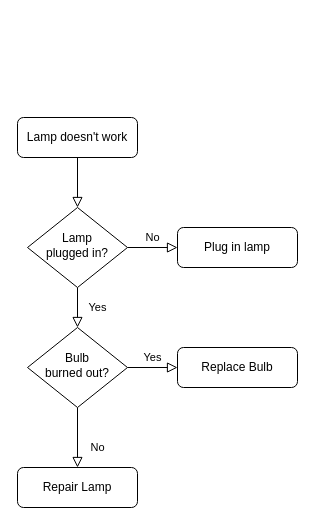
Above: sisikatpabar.drawio in ariesrutung/Aplikasi-Ensiklopedia-Kesaguan (draw.io), before the change. Source tidied: cells renumbered, new cells numbered last; positions are measured from the earlier drawing's top-left corner, leaving out a move shared by most shapes. Both pictures are drawn from the tidied source at 100%, with x=0, y=0 at pixel (17, 117).
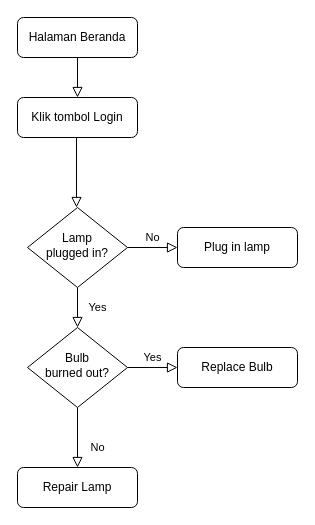
The same diagram, later.

The edit, as a diff of the source:
```diff
@@
 <mxGraphModel>
   <root>
     <mxCell id="0" />
     <mxCell id="1" parent="0" />
-    <mxCell id="2" style="rounded=0;html=1;jettySize=auto;fontSize=11;endArrow=block;endFill=0;endSize=8;strokeWidth=1;shadow=0;labelBackgroundColor=none;edgeStyle=orthogonalEdgeStyle;" parent="1" edge="1" source="3" target="6">
+    <mxCell id="2" style="rounded=0;html=1;jettySize=auto;fontSize=11;endArrow=block;endFill=0;endSize=8;strokeWidth=1;shadow=0;labelBackgroundColor=none;edgeStyle=orthogonalEdgeStyle;entryX=0.5;entryY=0;entryDx=0;entryDy=0;" parent="1" edge="1" source="3" target="13">
       <mxGeometry relative="1" as="geometry" />
     </mxCell>
-    <mxCell id="3" value="Lamp doesn't work" style="rounded=1;whiteSpace=wrap;html=1;fontSize=12;glass=0;strokeWidth=1;shadow=0;" parent="1" vertex="1">
-      <mxGeometry width="120" height="40" as="geometry" />
+    <mxCell id="3" value="Halaman Beranda" style="rounded=1;whiteSpace=wrap;html=1;fontSize=12;glass=0;strokeWidth=1;shadow=0;" parent="1" vertex="1">
+      <mxGeometry y="-100" width="120" height="40" as="geometry" />
     </mxCell>
     <mxCell id="4" value="Yes" style="rounded=0;html=1;jettySize=auto;fontSize=11;endArrow=block;endFill=0;endSize=8;strokeWidth=1;shadow=0;labelBackgroundColor=none;edgeStyle=orthogonalEdgeStyle;" parent="1" edge="1" source="6" target="10">
       <mxGeometry y="20" relative="1" as="geometry" />
     </mxCell>
     <mxCell id="5" value="No" style="edgeStyle=orthogonalEdgeStyle;rounded=0;html=1;jettySize=auto;fontSize=11;endArrow=block;endFill=0;endSize=8;strokeWidth=1;shadow=0;labelBackgroundColor=none;" parent="1" edge="1" source="6" target="7">
       <mxGeometry y="10" relative="1" as="geometry" />
     </mxCell>
     <mxCell id="6" value="Lamp&lt;br&gt;plugged in?" style="rhombus;whiteSpace=wrap;html=1;shadow=0;fontFamily=Helvetica;fontSize=12;align=center;strokeWidth=1;spacing=6;spacingTop=-4;" parent="1" vertex="1">
       <mxGeometry x="10" y="90" width="100" height="80" as="geometry" />
     </mxCell>
     <mxCell id="7" value="Plug in lamp" style="rounded=1;whiteSpace=wrap;html=1;fontSize=12;glass=0;strokeWidth=1;shadow=0;" parent="1" vertex="1">
       <mxGeometry x="160" y="110" width="120" height="40" as="geometry" />
     </mxCell>
     <mxCell id="8" value="No" style="rounded=0;html=1;jettySize=auto;fontSize=11;endArrow=block;endFill=0;endSize=8;strokeWidth=1;shadow=0;labelBackgroundColor=none;edgeStyle=orthogonalEdgeStyle;" parent="1" edge="1" source="10" target="11">
       <mxGeometry x="0.33" y="20" relative="1" as="geometry" />
     </mxCell>
     <mxCell id="9" value="Yes" style="edgeStyle=orthogonalEdgeStyle;rounded=0;html=1;jettySize=auto;fontSize=11;endArrow=block;endFill=0;endSize=8;strokeWidth=1;shadow=0;labelBackgroundColor=none;" parent="1" edge="1" source="10" target="12">
       <mxGeometry y="10" relative="1" as="geometry" />
     </mxCell>
     <mxCell id="10" value="Bulb&lt;br&gt;burned out?" style="rhombus;whiteSpace=wrap;html=1;shadow=0;fontFamily=Helvetica;fontSize=12;align=center;strokeWidth=1;spacing=6;spacingTop=-4;" parent="1" vertex="1">
       <mxGeometry x="10" y="210" width="100" height="80" as="geometry" />
     </mxCell>
     <mxCell id="11" value="Repair Lamp" style="rounded=1;whiteSpace=wrap;html=1;fontSize=12;glass=0;strokeWidth=1;shadow=0;" parent="1" vertex="1">
       <mxGeometry y="350" width="120" height="40" as="geometry" />
     </mxCell>
     <mxCell id="12" value="Replace Bulb" style="rounded=1;whiteSpace=wrap;html=1;fontSize=12;glass=0;strokeWidth=1;shadow=0;" parent="1" vertex="1">
       <mxGeometry x="160" y="230" width="120" height="40" as="geometry" />
     </mxCell>
+    <mxCell id="13" value="Klik tombol Login" style="rounded=1;whiteSpace=wrap;html=1;fontSize=12;glass=0;strokeWidth=1;shadow=0;" parent="1" vertex="1">
+      <mxGeometry y="-20" width="120" height="40" as="geometry" />
+    </mxCell>
+    <mxCell id="14" style="rounded=0;html=1;jettySize=auto;orthogonalLoop=1;fontSize=11;endArrow=block;endFill=0;endSize=8;strokeWidth=1;shadow=0;labelBackgroundColor=none;edgeStyle=orthogonalEdgeStyle;" parent="1" edge="1">
+      <mxGeometry relative="1" as="geometry">
+        <mxPoint x="59" y="20" as="sourcePoint" />
+        <mxPoint x="59" y="90" as="targetPoint" />
+      </mxGeometry>
+    </mxCell>
   </root>
 </mxGraphModel>
```
